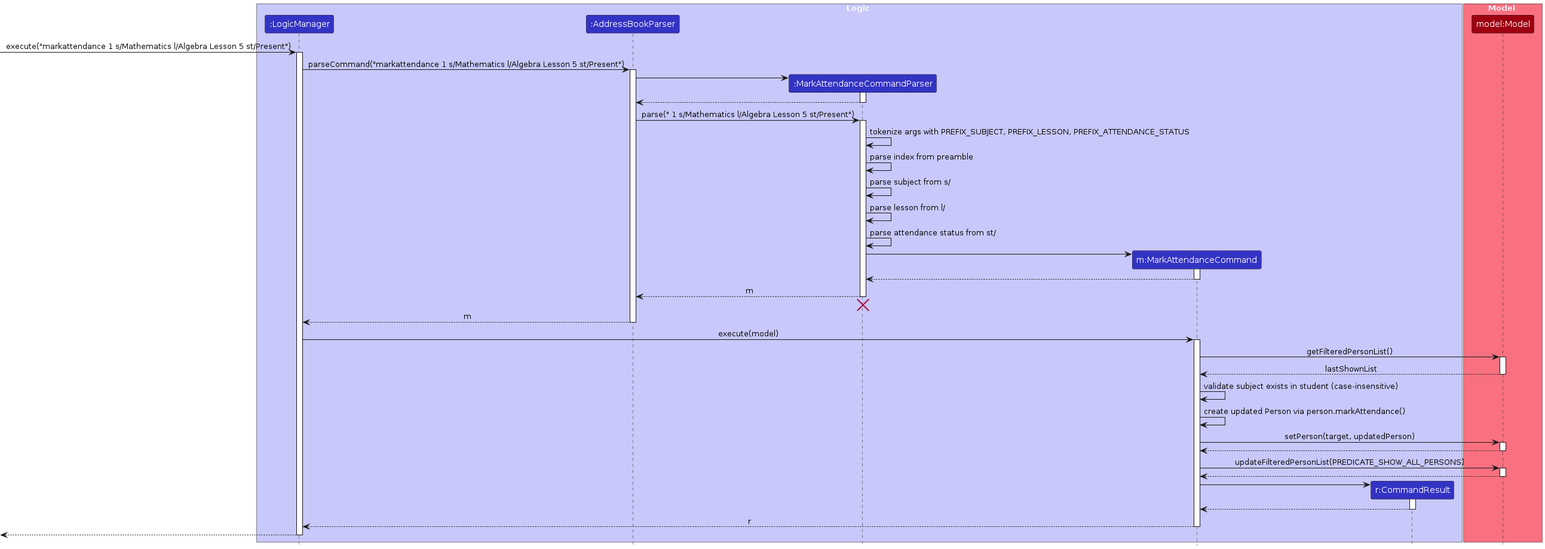
The PlantUML diagram diagrams/MarkAttendanceSequenceDiagram.png in AY2526S2-CS2103T-T09-2/tp, before a commit. Its source is kept beside it as diagrams/MarkAttendanceSequenceDiagram.puml.
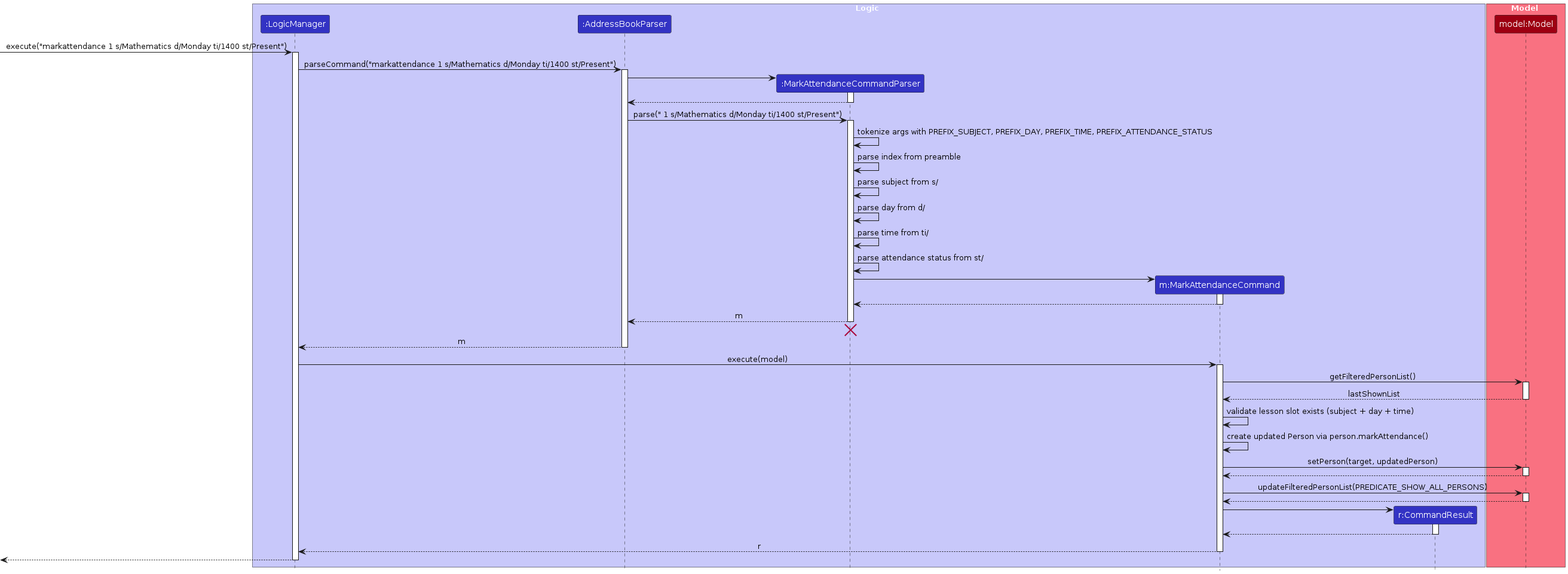
After the commit.

What changed in the source:
```diff
@@ -14,10 +14,10 @@
 participant "model:Model" as Model MODEL_COLOR
 end box
 
-[-> LogicManager : execute("markattendance 1 s/Mathematics l/Algebra Lesson 5 st/Present")
+[-> LogicManager : execute("markattendance 1 s/Mathematics d/Monday ti/1400 st/Present")
 activate LogicManager
 
-LogicManager -> AddressBookParser : parseCommand("markattendance 1 s/Mathematics l/Algebra Lesson 5 st/Present")
+LogicManager -> AddressBookParser : parseCommand("markattendance 1 s/Mathematics d/Monday ti/1400 st/Present")
 activate AddressBookParser
 
 create MarkAttendanceCommandParser
@@ -27,13 +27,14 @@
 MarkAttendanceCommandParser --> AddressBookParser
 deactivate MarkAttendanceCommandParser
 
-AddressBookParser -> MarkAttendanceCommandParser : parse(" 1 s/Mathematics l/Algebra Lesson 5 st/Present")
+AddressBookParser -> MarkAttendanceCommandParser : parse(" 1 s/Mathematics d/Monday ti/1400 st/Present")
 activate MarkAttendanceCommandParser
 
-MarkAttendanceCommandParser -> MarkAttendanceCommandParser : tokenize args with PREFIX_SUBJECT, PREFIX_LESSON, PREFIX_ATTENDANCE_STATUS
+MarkAttendanceCommandParser -> MarkAttendanceCommandParser : tokenize args with PREFIX_SUBJECT, PREFIX_DAY, PREFIX_TIME, PREFIX_ATTENDANCE_STATUS
 MarkAttendanceCommandParser -> MarkAttendanceCommandParser : parse index from preamble
 MarkAttendanceCommandParser -> MarkAttendanceCommandParser : parse subject from s/
-MarkAttendanceCommandParser -> MarkAttendanceCommandParser : parse lesson from l/
+MarkAttendanceCommandParser -> MarkAttendanceCommandParser : parse day from d/
+MarkAttendanceCommandParser -> MarkAttendanceCommandParser : parse time from ti/
 MarkAttendanceCommandParser -> MarkAttendanceCommandParser : parse attendance status from st/
 
 create MarkAttendanceCommand
@@ -59,7 +60,7 @@
 Model --> MarkAttendanceCommand : lastShownList
 deactivate Model
 
-MarkAttendanceCommand -> MarkAttendanceCommand : validate subject exists in student (case-insensitive)
+MarkAttendanceCommand -> MarkAttendanceCommand : validate lesson slot exists (subject + day + time)
 MarkAttendanceCommand -> MarkAttendanceCommand : create updated Person via person.markAttendance()
 MarkAttendanceCommand -> Model : setPerson(target, updatedPerson)
 activate Model
```
